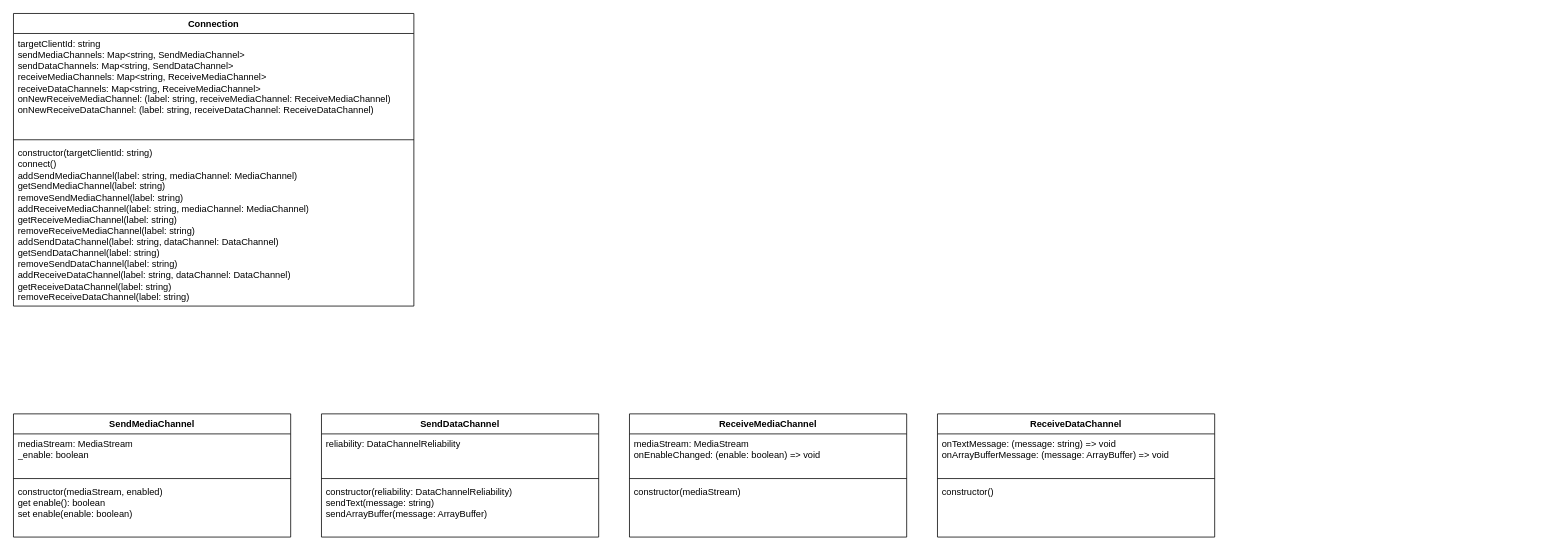
Earlier version of the draw.io diagram docs/class.drawio (aquilaneo/webrtc-wrapper). Source tidied: cells renumbered, new cells numbered last; positions are measured from the earlier drawing's top-left corner, leaving out a move shared by most shapes. Both pictures are drawn from the tidied source at 77%, with x=0, y=0 at pixel (13, 13).
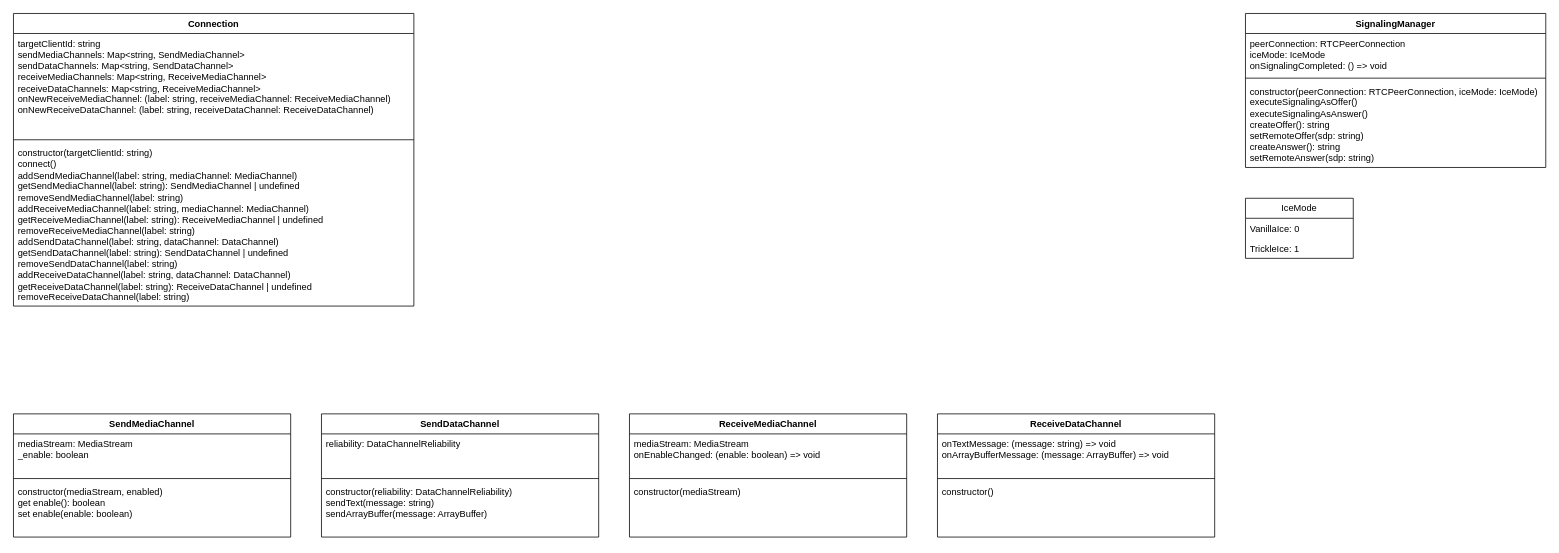
The same diagram, later.

Commit message (it also covers changes not shown here):
シグナリング周りのクラス図作成

The change refers to these unchanged cells:
```xml
<mxCell id="2" value="Connection" style="swimlane;fontStyle=1;align=center;verticalAlign=top;horizontal=1;startSize=26;whiteSpace=wrap;html=1;" parent="1" vertex="1">
  <mxGeometry width="520" height="380" as="geometry" />
</mxCell>
```

What changed in the source:
```diff
@@
-    <mxCell id="5" value="constructor(targetClientId: string)&lt;br&gt;connect()&lt;br&gt;addSendMediaChannel(label: string, mediaChannel: MediaChannel)&lt;br&gt;getSendMediaChannel(label: string)&lt;br&gt;removeSendMediaChannel(label: string)&lt;br&gt;addReceiveMediaChannel(label: string, mediaChannel: MediaChannel)&lt;br style=&quot;border-color: var(--border-color);&quot;&gt;getReceiveMediaChannel(label: string)&lt;br style=&quot;border-color: var(--border-color);&quot;&gt;removeReceiveMediaChannel(label: string)&lt;br style=&quot;border-color: var(--border-color);&quot;&gt;addSendDataChannel(label: string, dataChannel: DataChannel)&lt;br&gt;getSendDataChannel(label: string)&lt;br&gt;removeSendDataChannel(label: string)&lt;br&gt;addReceiveDataChannel(label: string, dataChannel: DataChannel)&lt;br style=&quot;border-color: var(--border-color);&quot;&gt;getReceiveDataChannel(label: string)&lt;br style=&quot;border-color: var(--border-color);&quot;&gt;removeReceiveDataChannel(label: string)" style="text;strokeColor=none;fillColor=none;align=left;verticalAlign=top;spacingLeft=4;spacingRight=4;overflow=hidden;whiteSpace=wrap;html=1;" parent="2" vertex="1">
+    <mxCell id="5" value="constructor(targetClientId: string)&lt;br&gt;connect()&lt;br&gt;addSendMediaChannel(label: string, mediaChannel: MediaChannel)&lt;br&gt;getSendMediaChannel(label: string): SendMediaChannel | undefined&lt;br&gt;removeSendMediaChannel(label: string)&lt;br&gt;addReceiveMediaChannel(label: string, mediaChannel: MediaChannel)&lt;br style=&quot;border-color: var(--border-color);&quot;&gt;getReceiveMediaChannel(label: string): ReceiveMediaChannel | undefined&lt;br style=&quot;border-color: var(--border-color);&quot;&gt;removeReceiveMediaChannel(label: string)&lt;br style=&quot;border-color: var(--border-color);&quot;&gt;addSendDataChannel(label: string, dataChannel: DataChannel)&lt;br&gt;getSendDataChannel(label: string): SendDataChannel | undefined&lt;br&gt;removeSendDataChannel(label: string)&lt;br&gt;addReceiveDataChannel(label: string, dataChannel: DataChannel)&lt;br style=&quot;border-color: var(--border-color);&quot;&gt;getReceiveDataChannel(label: string): ReceiveDataChannel | undefined&lt;br style=&quot;border-color: var(--border-color);&quot;&gt;removeReceiveDataChannel(label: string)" style="text;strokeColor=none;fillColor=none;align=left;verticalAlign=top;spacingLeft=4;spacingRight=4;overflow=hidden;whiteSpace=wrap;html=1;" parent="2" vertex="1">
       <mxGeometry y="168" width="520" height="212" as="geometry" />
     </mxCell>
@@
+    <mxCell id="22" value="SignalingManager" style="swimlane;fontStyle=1;align=center;verticalAlign=top;horizontal=1;startSize=26;whiteSpace=wrap;html=1;" parent="1" vertex="1">
+      <mxGeometry x="1600" width="390" height="200" as="geometry" />
+    </mxCell>
+    <mxCell id="23" value="peerConnection: RTCPeerConnection&lt;br&gt;iceMode: IceMode&lt;br&gt;onSignalingCompleted: () =&amp;gt; void" style="text;strokeColor=none;fillColor=none;align=left;verticalAlign=top;spacingLeft=4;spacingRight=4;overflow=hidden;whiteSpace=wrap;html=1;" parent="22" vertex="1">
+      <mxGeometry y="26" width="390" height="54" as="geometry" />
+    </mxCell>
+    <mxCell id="24" style="line;strokeWidth=1;fillColor=none;align=left;verticalAlign=middle;spacingTop=-1;spacingLeft=3;spacingRight=3;labelPosition=right;strokeColor=inherit;" parent="22" vertex="1">
+      <mxGeometry y="80" width="390" height="8" as="geometry" />
+    </mxCell>
+    <mxCell id="25" value="constructor(peerConnection: RTCPeerConnection, iceMode: IceMode)&lt;br&gt;executeSignalingAsOffer()&lt;br&gt;executeSignalingAsAnswer()&lt;br&gt;createOffer(): string&lt;br&gt;setRemoteOffer(sdp: string)&lt;br&gt;createAnswer(): string&lt;br&gt;setRemoteAnswer(sdp: string)" style="text;strokeColor=none;fillColor=none;align=left;verticalAlign=top;spacingLeft=4;spacingRight=4;overflow=hidden;whiteSpace=wrap;html=1;" parent="22" vertex="1">
+      <mxGeometry y="88" width="390" height="112" as="geometry" />
+    </mxCell>
+    <mxCell id="26" value="IceMode" style="swimlane;fontStyle=0;horizontal=1;startSize=26;fillColor=none;whiteSpace=wrap;html=1;" parent="1" vertex="1">
+      <mxGeometry x="1600" y="240" width="140" height="78" as="geometry" />
+    </mxCell>
+    <mxCell id="27" value="VanillaIce: 0" style="text;strokeColor=none;fillColor=none;align=left;verticalAlign=top;spacingLeft=4;spacingRight=4;overflow=hidden;whiteSpace=wrap;html=1;" parent="26" vertex="1">
+      <mxGeometry y="26" width="140" height="26" as="geometry" />
+    </mxCell>
+    <mxCell id="28" value="TrickleIce: 1" style="text;strokeColor=none;fillColor=none;align=left;verticalAlign=top;spacingLeft=4;spacingRight=4;overflow=hidden;whiteSpace=wrap;html=1;" parent="26" vertex="1">
+      <mxGeometry y="52" width="140" height="26" as="geometry" />
+    </mxCell>
```
